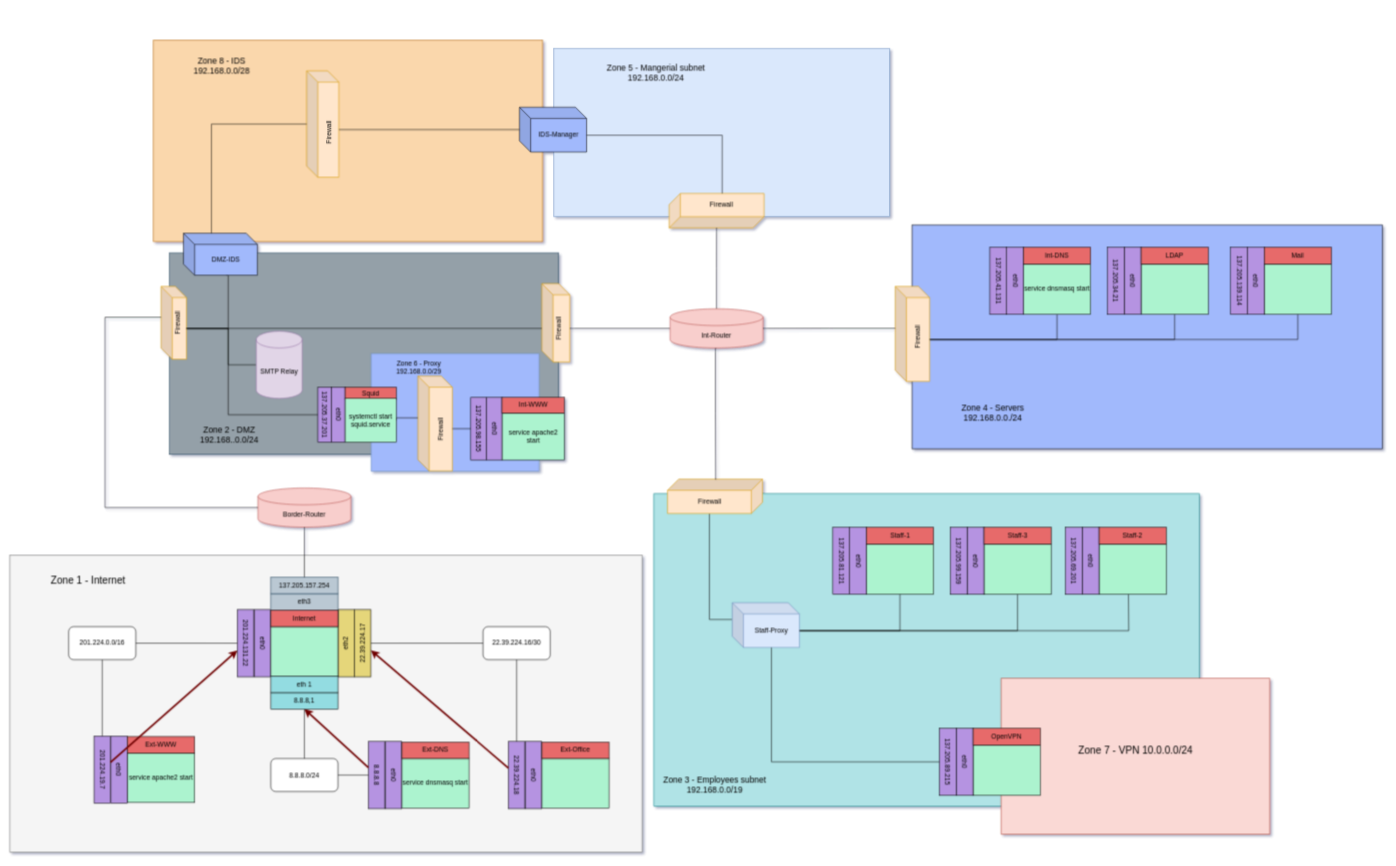
This is Documentation/MEMEmap.drawio from bensmithyx/nccd-arch, a draw.io file, before an edit. Source tidied: cells renumbered, new cells numbered last; positions are measured from the earlier drawing's top-left corner, leaving out a move shared by most shapes. Both pictures are drawn from the tidied source at 56%, with x=0, y=0 at pixel (10, 9).
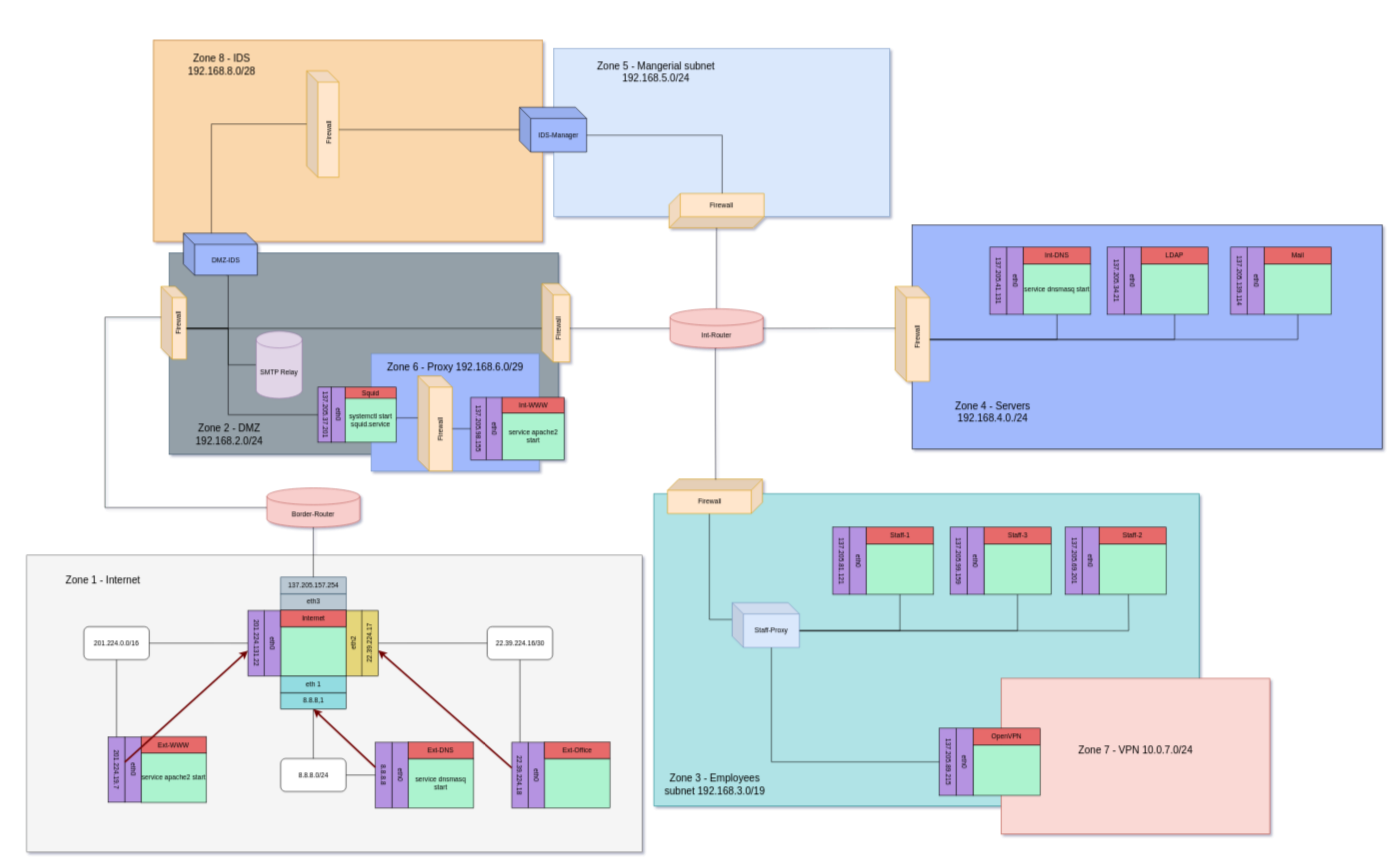
The same diagram, later.

The change refers to these unchanged cells:
```xml
<mxCell id="2" style="group;" parent="1" vertex="1">
  <mxGeometry x="256.5" y="55" width="1954.5" height="464.6" as="geometry" />
</mxCell>
<mxCell id="15" style="group;" parent="14" vertex="1">
  <mxGeometry x="262" width="837" height="510" as="geometry" />
</mxCell>
<mxCell id="18" style="group;" parent="15" vertex="1">
  <mxGeometry x="360" y="180" width="477" height="330" as="geometry" />
</mxCell>
<mxCell id="99" value="\" style="group;" parent="1" vertex="1">
  <mxGeometry x="1581" y="395" width="870" height="400" as="geometry" />
</mxCell>
<mxCell id="122" style="group;fillColor=#b0e3e6;strokeColor=#0e8088;" parent="1" vertex="1">
  <mxGeometry x="1150" y="865" width="974" height="558" as="geometry" />
</mxCell>
<mxCell id="152" style="group;fillColor=#fad9d5;strokeColor=#ae4132;" parent="1" vertex="1">
  <mxGeometry x="1770" y="1195" width="480" height="278" as="geometry" />
</mxCell>
```

The edit, as a diff of the source:
```diff
@@
-    <mxCell id="4" value="&lt;font style=&quot;font-size: 15px&quot;&gt;Zone 8 - IDS&lt;br&gt;192.168.0.0/28&lt;/font&gt;" style="text;html=1;strokeColor=none;fillColor=none;align=center;verticalAlign=middle;whiteSpace=wrap;rounded=0;" parent="2" vertex="1">
+    <mxCell id="4" value="&lt;font style=&quot;font-size: 18px&quot;&gt;Zone 8 - IDS&lt;br&gt;192.168.8.0/28&lt;/font&gt;" style="text;html=1;strokeColor=none;fillColor=none;align=center;verticalAlign=middle;whiteSpace=wrap;rounded=0;" parent="2" vertex="1">
       <mxGeometry x="34.8" y="19.2" width="175.2" height="50.8" as="geometry" />
     </mxCell>
@@
-    <mxCell id="17" value="&lt;font style=&quot;font-size: 15px&quot;&gt;Zone 2 - DMZ 192.168..0.0/24&lt;/font&gt;" style="text;html=1;strokeColor=none;fillColor=none;align=center;verticalAlign=middle;whiteSpace=wrap;rounded=0;" parent="15" vertex="1">
+    <mxCell id="17" value="&lt;font style=&quot;font-size: 18px&quot;&gt;Zone 2 - DMZ 192.168.2.0/24&lt;/font&gt;" style="text;html=1;strokeColor=none;fillColor=none;align=center;verticalAlign=middle;whiteSpace=wrap;rounded=0;" parent="15" vertex="1">
       <mxGeometry y="320" width="200" height="50" as="geometry" />
     </mxCell>
@@
-    <mxCell id="20" value="Zone 6 - Proxy 192.168.0.0/29" style="text;html=1;strokeColor=none;fillColor=none;align=center;verticalAlign=middle;whiteSpace=wrap;rounded=0;" parent="18" vertex="1">
-      <mxGeometry x="7" y="30" width="143.1" height="29.9" as="geometry" />
+    <mxCell id="20" value="&lt;font style=&quot;font-size: 18px&quot;&gt;Zone 6 - Proxy 192.168.6.0/29&lt;/font&gt;" style="text;html=1;strokeColor=none;fillColor=none;align=center;verticalAlign=middle;whiteSpace=wrap;rounded=0;" parent="18" vertex="1">
+      <mxGeometry x="6.5" y="29.8" width="273.1" height="30.1" as="geometry" />
     </mxCell>
@@
     <mxCell id="46" value="Border-Router" style="shape=cylinder3;whiteSpace=wrap;html=1;boundedLbl=1;backgroundOutline=1;size=15;fillColor=#f8cecc;strokeColor=#b85450;" parent="15" vertex="1">
-      <mxGeometry x="151" y="440" width="166" height="70" as="geometry" />
+      <mxGeometry x="167" y="440" width="166" height="70" as="geometry" />
     </mxCell>
@@
     <mxCell id="56" style="group;fillColor=#f5f5f5;strokeColor=#666666;fontColor=#333333;" parent="1" vertex="1">
-      <mxGeometry y="975" width="1129" height="530" as="geometry" />
+      <mxGeometry x="30" y="975" width="1099" height="530" as="geometry" />
     </mxCell>
     <mxCell id="57" style="group;" parent="56" vertex="1">
-      <mxGeometry x="150" y="265" width="970" height="265" as="geometry" />
+      <mxGeometry x="146" y="265" width="944.2" height="265" as="geometry" />
     </mxCell>
     <mxCell id="58" value="service apache2 start" style="rounded=0;whiteSpace=wrap;html=1;fillColor=#ACF3CF;" parent="57" vertex="1">
-      <mxGeometry x="60" y="88.3" width="120" height="88.3" as="geometry" />
+      <mxGeometry x="58.4" y="88.3" width="116.8" height="88.3" as="geometry" />
     </mxCell>
     <mxCell id="59" value="eth0" style="rounded=0;whiteSpace=wrap;html=1;fillColor=#B593E1;rotation=90;" parent="57" vertex="1">
-      <mxGeometry x="-15" y="103.1" width="120" height="29.4" as="geometry" />
+      <mxGeometry x="-14.6" y="103.1" width="116.8" height="29.4" as="geometry" />
     </mxCell>
     <mxCell id="60" value="201.224.19.7" style="rounded=0;whiteSpace=wrap;html=1;fillColor=#B593E1;rotation=90;" parent="57" vertex="1">
-      <mxGeometry x="-45" y="103.1" width="120" height="29.4" as="geometry" />
+      <mxGeometry x="-43.8" y="103.1" width="116.8" height="29.4" as="geometry" />
     </mxCell>
     <mxCell id="61" value="Ext-WWW" style="rounded=0;whiteSpace=wrap;html=1;fillColor=#E76B6B;" parent="57" vertex="1">
-      <mxGeometry x="60" y="58.9" width="120" height="29.4" as="geometry" />
+      <mxGeometry x="58.4" y="58.9" width="116.8" height="29.4" as="geometry" />
     </mxCell>
     <mxCell id="62" style="group;" parent="56" vertex="1">
-      <mxGeometry x="640" y="274.8" width="239" height="215.9" as="geometry" />
+      <mxGeometry x="623" y="274.8" width="232.6" height="215.9" as="geometry" />
     </mxCell>
     <mxCell id="63" value="service dnsmasq start" style="rounded=0;whiteSpace=wrap;html=1;fillColor=#ACF3CF;" parent="62" vertex="1">
-      <mxGeometry x="60" y="88.3" width="120" height="88.3" as="geometry" />
+      <mxGeometry x="58.4" y="88.3" width="116.8" height="88.3" as="geometry" />
     </mxCell>
     <mxCell id="64" value="eth0" style="rounded=0;whiteSpace=wrap;html=1;fillColor=#B593E1;rotation=90;" parent="62" vertex="1">
-      <mxGeometry x="-15" y="103.1" width="120" height="29.4" as="geometry" />
+      <mxGeometry x="-14.6" y="103.1" width="116.8" height="29.4" as="geometry" />
     </mxCell>
     <mxCell id="65" value="8.8.8.8" style="rounded=0;whiteSpace=wrap;html=1;fillColor=#B593E1;rotation=90;" parent="62" vertex="1">
-      <mxGeometry x="-45" y="103.1" width="120" height="29.4" as="geometry" />
+      <mxGeometry x="-43.8" y="103.1" width="116.8" height="29.4" as="geometry" />
     </mxCell>
     <mxCell id="66" value="Ext-DNS" style="rounded=0;whiteSpace=wrap;html=1;fillColor=#E76B6B;" parent="62" vertex="1">
-      <mxGeometry x="60" y="58.9" width="120" height="29.4" as="geometry" />
+      <mxGeometry x="58.4" y="58.9" width="116.8" height="29.4" as="geometry" />
     </mxCell>
     <mxCell id="67" style="group;" parent="56" vertex="1">
-      <mxGeometry x="890" y="274.8" width="239" height="215.9" as="geometry" />
+      <mxGeometry x="866.4" y="274.8" width="232.6" height="215.9" as="geometry" />
     </mxCell>
     <mxCell id="68" style="rounded=0;whiteSpace=wrap;html=1;fillColor=#ACF3CF;" parent="67" vertex="1">
-      <mxGeometry x="60" y="88.3" width="120" height="88.3" as="geometry" />
+      <mxGeometry x="58.4" y="88.3" width="116.8" height="88.3" as="geometry" />
     </mxCell>
     <mxCell id="69" value="eth0" style="rounded=0;whiteSpace=wrap;html=1;fillColor=#B593E1;rotation=90;" parent="67" vertex="1">
-      <mxGeometry x="-15" y="103.1" width="120" height="29.4" as="geometry" />
+      <mxGeometry x="-14.6" y="103.1" width="116.8" height="29.4" as="geometry" />
     </mxCell>
     <mxCell id="70" value="22.39.224.18" style="rounded=0;whiteSpace=wrap;html=1;fillColor=#B593E1;rotation=90;" parent="67" vertex="1">
-      <mxGeometry x="-45" y="103.1" width="120" height="29.4" as="geometry" />
+      <mxGeometry x="-43.8" y="103.1" width="116.8" height="29.4" as="geometry" />
     </mxCell>
     <mxCell id="71" value="Ext-Office" style="rounded=0;whiteSpace=wrap;html=1;fillColor=#E76B6B;" parent="67" vertex="1">
-      <mxGeometry x="60" y="58.9" width="120" height="29.4" as="geometry" />
+      <mxGeometry x="58.4" y="58.9" width="116.8" height="29.4" as="geometry" />
     </mxCell>
     <mxCell id="72" value="201.224.0.0/16" style="rounded=1;whiteSpace=wrap;html=1;" parent="56" vertex="1">
-      <mxGeometry x="105" y="127.6" width="120" height="58.9" as="geometry" />
+      <mxGeometry x="102.2" y="127.6" width="116.8" height="58.9" as="geometry" />
     </mxCell>
     <mxCell id="73" value="8.8.8.0/24" style="rounded=1;whiteSpace=wrap;html=1;" parent="56" vertex="1">
-      <mxGeometry x="466" y="363.1" width="120" height="58.9" as="geometry" />
+      <mxGeometry x="453.6" y="363.1" width="116.8" height="58.9" as="geometry" />
     </mxCell>
     <mxCell id="74" value="22.39.224.16/30" style="rounded=1;whiteSpace=wrap;html=1;" parent="56" vertex="1">
-      <mxGeometry x="845" y="127.6" width="120" height="58.9" as="geometry" />
+      <mxGeometry x="822.5" y="127.6" width="116.8" height="58.9" as="geometry" />
     </mxCell>
@@
     <mxCell id="84" style="group;" parent="56" vertex="1">
-      <mxGeometry x="406" y="39.3" width="239" height="235.6" as="geometry" />
+      <mxGeometry x="395.2" y="39.3" width="232.6" height="235.6" as="geometry" />
     </mxCell>
     <mxCell id="85" style="group;" parent="84" vertex="1">
-      <mxGeometry width="239" height="215.9" as="geometry" />
+      <mxGeometry width="232.6" height="215.9" as="geometry" />
     </mxCell>
     <mxCell id="86" style="rounded=0;whiteSpace=wrap;html=1;fillColor=#ACF3CF;" parent="85" vertex="1">
-      <mxGeometry x="60" y="88.3" width="120" height="88.3" as="geometry" />
+      <mxGeometry x="58.4" y="88.3" width="116.8" height="88.3" as="geometry" />
     </mxCell>
     <mxCell id="87" value="eth2" style="rounded=0;whiteSpace=wrap;html=1;fillColor=#E5D67A;rotation=-90;" parent="85" vertex="1">
-      <mxGeometry x="135" y="103.1" width="120" height="29.4" as="geometry" />
+      <mxGeometry x="131.4" y="103.1" width="116.8" height="29.4" as="geometry" />
     </mxCell>
     <mxCell id="88" value="22.39.224.17" style="rounded=0;whiteSpace=wrap;html=1;fillColor=#E5D67A;rotation=-90;" parent="85" vertex="1">
-      <mxGeometry x="164" y="103.1" width="120" height="29.4" as="geometry" />
+      <mxGeometry x="159.6" y="103.1" width="116.8" height="29.4" as="geometry" />
     </mxCell>
     <mxCell id="89" value="eth0" style="rounded=0;whiteSpace=wrap;html=1;fillColor=#B593E1;rotation=90;" parent="85" vertex="1">
-      <mxGeometry x="-15" y="103.1" width="120" height="29.4" as="geometry" />
+      <mxGeometry x="-14.6" y="103.1" width="116.8" height="29.4" as="geometry" />
     </mxCell>
     <mxCell id="90" value="201.224.131.22" style="rounded=0;whiteSpace=wrap;html=1;fillColor=#B593E1;rotation=90;" parent="85" vertex="1">
-      <mxGeometry x="-45" y="103.1" width="120" height="29.4" as="geometry" />
+      <mxGeometry x="-43.8" y="103.1" width="116.8" height="29.4" as="geometry" />
     </mxCell>
     <mxCell id="91" value="eth3" style="rounded=0;whiteSpace=wrap;html=1;fillColor=#bac8d3;strokeColor=#23445d;" parent="85" vertex="1">
-      <mxGeometry x="60" y="29.4" width="120" height="29.4" as="geometry" />
+      <mxGeometry x="58.4" y="29.4" width="116.8" height="29.4" as="geometry" />
     </mxCell>
     <mxCell id="92" value="137.205.157.254" style="rounded=0;whiteSpace=wrap;html=1;fillColor=#bac8d3;strokeColor=#23445d;" parent="85" vertex="1">
-      <mxGeometry x="60" width="120" height="29.4" as="geometry" />
+      <mxGeometry x="58.4" width="116.8" height="29.4" as="geometry" />
     </mxCell>
     <mxCell id="93" value="Internet" style="rounded=0;whiteSpace=wrap;html=1;fillColor=#E76B6B;" parent="85" vertex="1">
-      <mxGeometry x="60" y="58.9" width="120" height="29.4" as="geometry" />
+      <mxGeometry x="58.4" y="58.9" width="116.8" height="29.4" as="geometry" />
     </mxCell>
     <mxCell id="94" value="8.8.8,1" style="rounded=0;whiteSpace=wrap;html=1;fillColor=#93DCE1;" parent="84" vertex="1">
-      <mxGeometry x="60" y="206.1" width="120" height="29.4" as="geometry" />
+      <mxGeometry x="58.4" y="206.1" width="116.8" height="29.4" as="geometry" />
     </mxCell>
     <mxCell id="95" value="eth 1" style="rounded=0;whiteSpace=wrap;html=1;fillColor=#93DCE1;" parent="84" vertex="1">
-      <mxGeometry x="60" y="176.7" width="120" height="29.4" as="geometry" />
+      <mxGeometry x="58.4" y="176.7" width="116.8" height="29.4" as="geometry" />
     </mxCell>
     <mxCell id="96" value="&lt;font style=&quot;font-size: 18px&quot;&gt;Zone 1 - Internet&lt;/font&gt;" style="text;html=1;strokeColor=none;fillColor=none;align=center;verticalAlign=middle;whiteSpace=wrap;rounded=0;" parent="56" vertex="1">
-      <mxGeometry x="40" y="19.6" width="200" height="50.4" as="geometry" />
+      <mxGeometry x="38.9" y="19.6" width="194.7" height="50.4" as="geometry" />
     </mxCell>
@@
-    <mxCell id="101" value="&lt;font style=&quot;font-size: 15px&quot;&gt;Zone 4 - Servers&lt;br&gt;192.168.0.0./24&lt;/font&gt;" style="text;html=1;strokeColor=none;fillColor=none;align=center;verticalAlign=middle;whiteSpace=wrap;rounded=0;" parent="99" vertex="1">
+    <mxCell id="101" value="&lt;font style=&quot;font-size: 18px&quot;&gt;Zone 4 - Servers&lt;br&gt;192.168.4.0./24&lt;/font&gt;" style="text;html=1;strokeColor=none;fillColor=none;align=center;verticalAlign=middle;whiteSpace=wrap;rounded=0;" parent="99" vertex="1">
       <mxGeometry x="39" y="300" width="271" height="50" as="geometry" />
     </mxCell>
@@
-    <mxCell id="138" value="&lt;font style=&quot;font-size: 15px&quot;&gt;Zone 3 - Employees subnet 192.168.0.0/19&lt;/font&gt;" style="text;html=1;strokeColor=none;fillColor=none;align=center;verticalAlign=middle;whiteSpace=wrap;rounded=0;" parent="122" vertex="1">
+    <mxCell id="138" value="&lt;font style=&quot;font-size: 18px&quot;&gt;Zone 3 - Employees subnet 192.168.3.0/19&lt;/font&gt;" style="text;html=1;strokeColor=none;fillColor=none;align=center;verticalAlign=middle;whiteSpace=wrap;rounded=0;" parent="122" vertex="1">
       <mxGeometry x="9.2" y="500" width="200" height="40" as="geometry" />
     </mxCell>
@@
-    <mxCell id="151" value="&lt;font style=&quot;font-size: 15px&quot;&gt;Zone 5 - Mangerial subnet&lt;br&gt;192.168.0.0/24&lt;/font&gt;" style="text;html=1;strokeColor=none;fillColor=none;align=center;verticalAlign=middle;whiteSpace=wrap;rounded=0;" parent="1" vertex="1">
+    <mxCell id="151" value="&lt;font style=&quot;font-size: 18px&quot;&gt;Zone 5 - Mangerial subnet&lt;br&gt;192.168.5.0/24&lt;/font&gt;" style="text;html=1;strokeColor=none;fillColor=none;align=center;verticalAlign=middle;whiteSpace=wrap;rounded=0;" parent="1" vertex="1">
       <mxGeometry x="1016.4" y="95" width="276.4" height="36.4" as="geometry" />
     </mxCell>
@@
-    <mxCell id="153" value="&lt;font style=&quot;font-size: 18px&quot;&gt;Zone 7 - VPN 10.0.0.0/24&lt;/font&gt;" style="text;html=1;strokeColor=none;fillColor=none;align=center;verticalAlign=middle;whiteSpace=wrap;rounded=0;" parent="152" vertex="1">
+    <mxCell id="153" value="&lt;font style=&quot;font-size: 18px&quot;&gt;Zone 7 - VPN 10.0.7.0/24&lt;/font&gt;" style="text;html=1;strokeColor=none;fillColor=none;align=center;verticalAlign=middle;whiteSpace=wrap;rounded=0;" parent="152" vertex="1">
       <mxGeometry x="114.5" y="70" width="251" height="118" as="geometry" />
     </mxCell>
```
